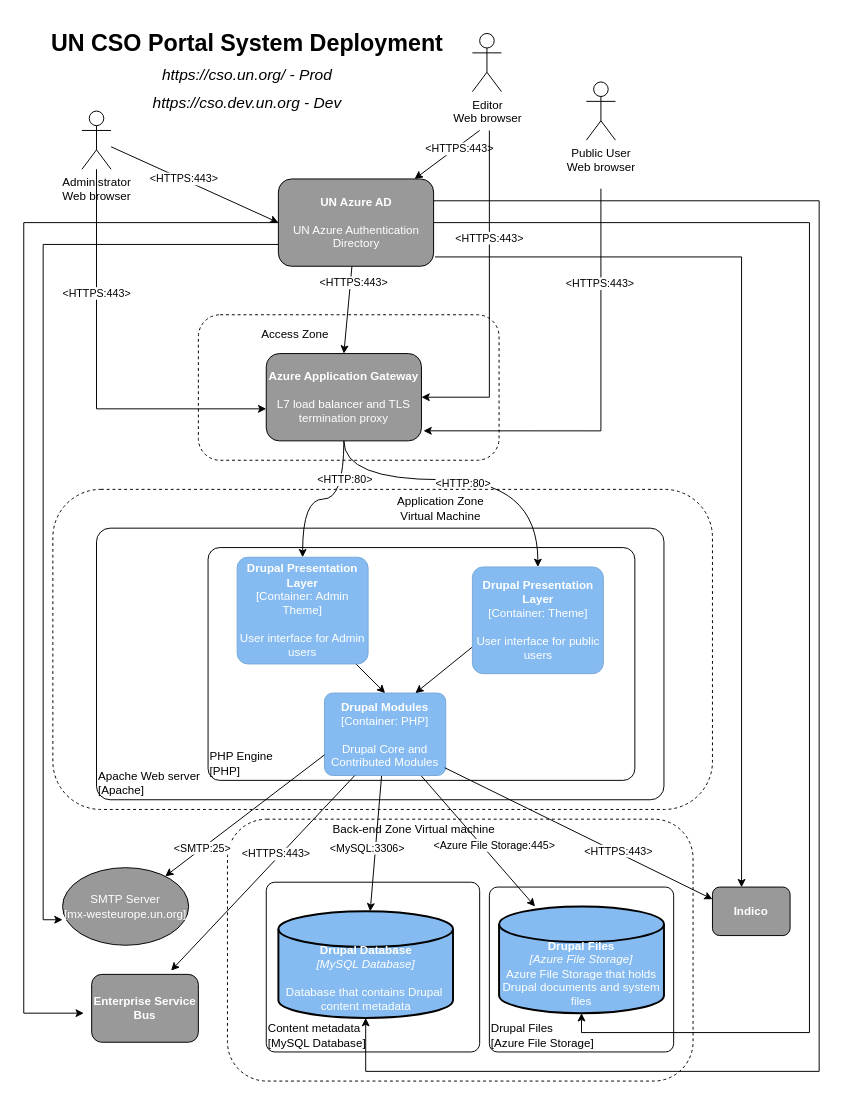
Earlier version of the draw.io diagram sdgs_deployment.drawio (elneto/diagramsnet). Source tidied: cells renumbered, new cells numbered last; positions are measured from the earlier drawing's top-left corner, leaving out a move shared by most shapes. Both pictures are drawn from the tidied source at 97%, with x=0, y=0 at pixel (23, 33).
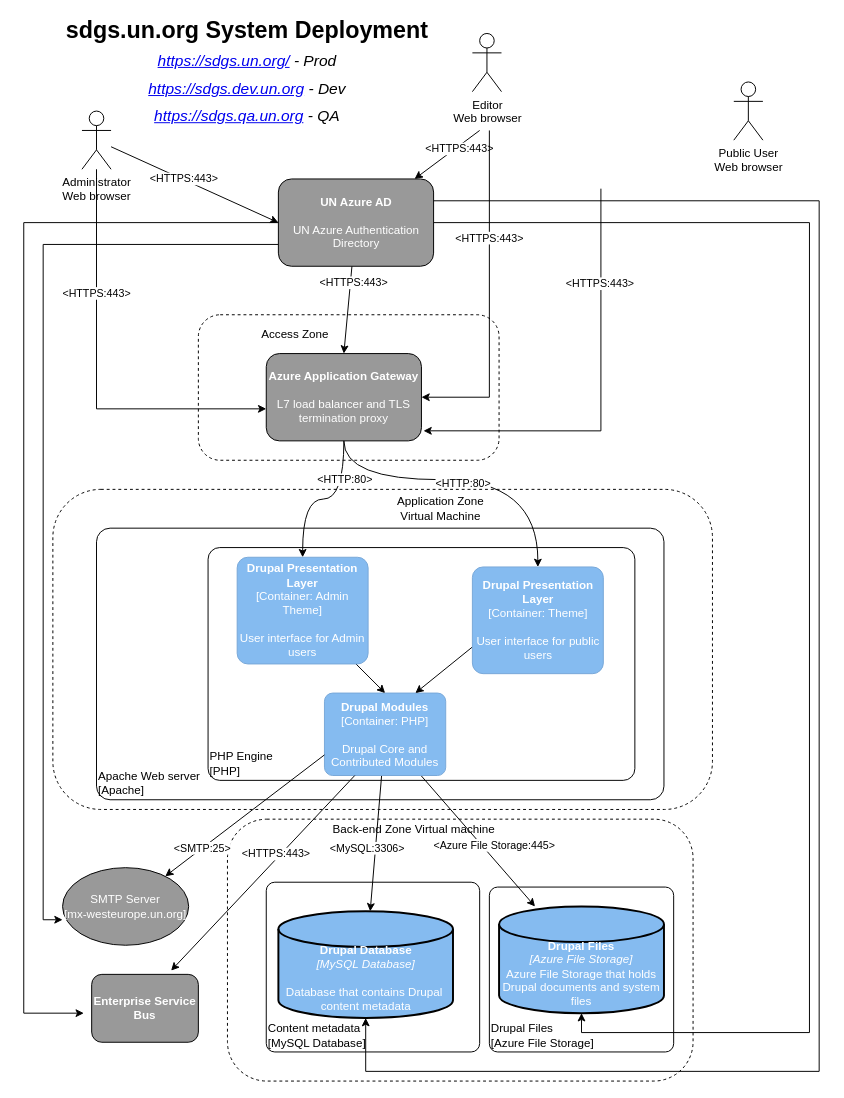
Above is the later version.

Unchanged cells that the change refers to:
```xml
<object id="10" label="&lt;b&gt;%c4Name%&lt;/b&gt;&lt;div&gt;[%c4Type%: %c4Technology%]&lt;/div&gt;&lt;br&gt;&lt;div&gt;%c4Description%&lt;/div&gt;" c4Description="Drupal Core and Contributed Modules" c4Name="Drupal Modules" c4Technology="PHP" c4Type="Container" placeholders="1">
  <mxCell style="rounded=1;whiteSpace=wrap;html=1;labelBackgroundColor=none;fillColor=#85BBF0;fontColor=#ffffff;align=center;arcSize=10;strokeColor=#78A8D8;metaData={&quot;c4Type&quot;:{&quot;editable&quot;:false}};points=[[0.25,0,0],[0.5,0,0],[0.75,0,0],[1,0.25,0],[1,0.5,0],[1,0.75,0],[0.75,1,0],[0.5,1,0],[0.25,1,0],[0,0.75,0],[0,0.5,0],[0,0.25,0]];" parent="1" vertex="1">
    <mxGeometry x="310" y="680" width="125" height="85" as="geometry" />
  </mxCell>
</object>
<mxCell id="22" value="&lt;font color=&quot;#ffffff&quot;&gt;&lt;b&gt;UN Azure AD&lt;/b&gt;&lt;br&gt;&lt;br&gt;UN Azure Authentication Directory&lt;/font&gt;" style="rounded=1;whiteSpace=wrap;html=1;strokeColor=#000000;fillColor=#999999;" parent="1" vertex="1">
  <mxGeometry x="262.5" y="150" width="160" height="90" as="geometry" />
</mxCell>
```

The edit, as a diff of the source:
```diff
@@
-    <mxCell id="19" style="edgeStyle=orthogonalEdgeStyle;rounded=0;jettySize=auto;html=1;exitX=1.009;exitY=0.893;exitDx=0;exitDy=0;exitPerimeter=0;" parent="1" edge="1" source="22">
-      <mxGeometry relative="1" as="geometry">
-        <mxPoint x="740" y="880.2" as="targetPoint" />
-        <Array as="points">
-          <mxPoint x="740" y="230" />
-        </Array>
-      </mxGeometry>
-    </mxCell>
@@
     <mxCell id="35" value="Public User&lt;br&gt;Web browser" style="shape=umlActor;verticalLabelPosition=bottom;verticalAlign=top;html=1;strokeColor=#000000;fillColor=#ffffff;" parent="1" vertex="1">
-      <mxGeometry x="580" y="50" width="30" height="60" as="geometry" />
+      <mxGeometry x="732" y="50" width="30" height="60" as="geometry" />
     </mxCell>
-    <mxCell id="36" value="UN CSO Portal System Deployment&lt;br&gt;&lt;i style=&quot;font-size: 16px ; line-height: 60%&quot;&gt;&lt;span style=&quot;font-weight: 400&quot;&gt;https://cso.un.org/&lt;/span&gt;&lt;span style=&quot;font-weight: normal ; line-height: 110%&quot;&gt;&amp;nbsp;- Prod&lt;br&gt;https://cso.dev.un.org - Dev&lt;br&gt;&lt;/span&gt;&lt;/i&gt;" style="text;strokeColor=none;fillColor=none;html=1;fontSize=24;fontStyle=1;verticalAlign=middle;align=center;" parent="1" vertex="1">
+    <mxCell id="36" value="sdgs.un.org System Deployment&lt;br&gt;&lt;i style=&quot;font-size: 16px ; line-height: 60%&quot;&gt;&lt;span style=&quot;font-weight: normal ; line-height: 110%&quot;&gt;&lt;i style=&quot;font-weight: 700; line-height: 9.6px;&quot;&gt;&lt;span style=&quot;font-weight: 400;&quot;&gt;&lt;a href=&quot;https://sdgs.un.org/&quot;&gt;https://sdgs.un.org/&lt;/a&gt;&lt;/span&gt;&lt;span style=&quot;font-weight: normal; line-height: 17.6px;&quot;&gt;&amp;nbsp;- Prod&lt;br&gt;&lt;a href=&quot;https://sdgs.dev.un.org/&quot;&gt;https://sdgs.dev.un.org&lt;/a&gt;&amp;nbsp;- Dev&lt;br&gt;&lt;i style=&quot;font-weight: 700; line-height: 9.6px;&quot;&gt;&lt;span style=&quot;font-weight: normal; line-height: 17.6px;&quot;&gt;&lt;a href=&quot;https://sdgs.qa.un.org/&quot;&gt;https://sdgs.qa.un.org&lt;/a&gt;&amp;nbsp;- QA&lt;/span&gt;&lt;/i&gt;&lt;/span&gt;&lt;/i&gt;&lt;br&gt;&lt;/span&gt;&lt;/i&gt;" style="text;strokeColor=none;fillColor=none;html=1;fontSize=24;fontStyle=1;verticalAlign=middle;align=center;" parent="1" vertex="1">
       <mxGeometry x="180" y="20" width="100" height="40" as="geometry" />
     </mxCell>
@@
-    <mxCell id="50" style="rounded=0;jettySize=auto;html=1;entryX=0;entryY=0.25;entryDx=0;entryDy=0;exitX=0.992;exitY=0.906;exitDx=0;exitDy=0;exitPerimeter=0;" parent="1" edge="1" source="10" target="58">
-      <mxGeometry relative="1" as="geometry" />
-    </mxCell>
-    <mxCell id="51" value="&amp;lt;HTTPS:443&amp;gt;" style="edgeLabel;html=1;align=center;verticalAlign=middle;" parent="50" vertex="1">
-      <mxGeometry x="0.21" y="1" relative="1" as="geometry">
-        <mxPoint x="10.7" y="4.5" as="offset" />
-      </mxGeometry>
-    </mxCell>
@@
-    <mxCell id="58" value="&lt;font color=&quot;#ffffff&quot;&gt;&lt;b&gt;Indico&lt;/b&gt;&lt;/font&gt;" style="rounded=1;whiteSpace=wrap;html=1;strokeColor=#000000;fillColor=#999999;" parent="1" vertex="1">
-      <mxGeometry x="710" y="880" width="80" height="50" as="geometry" />
-    </mxCell>
```
